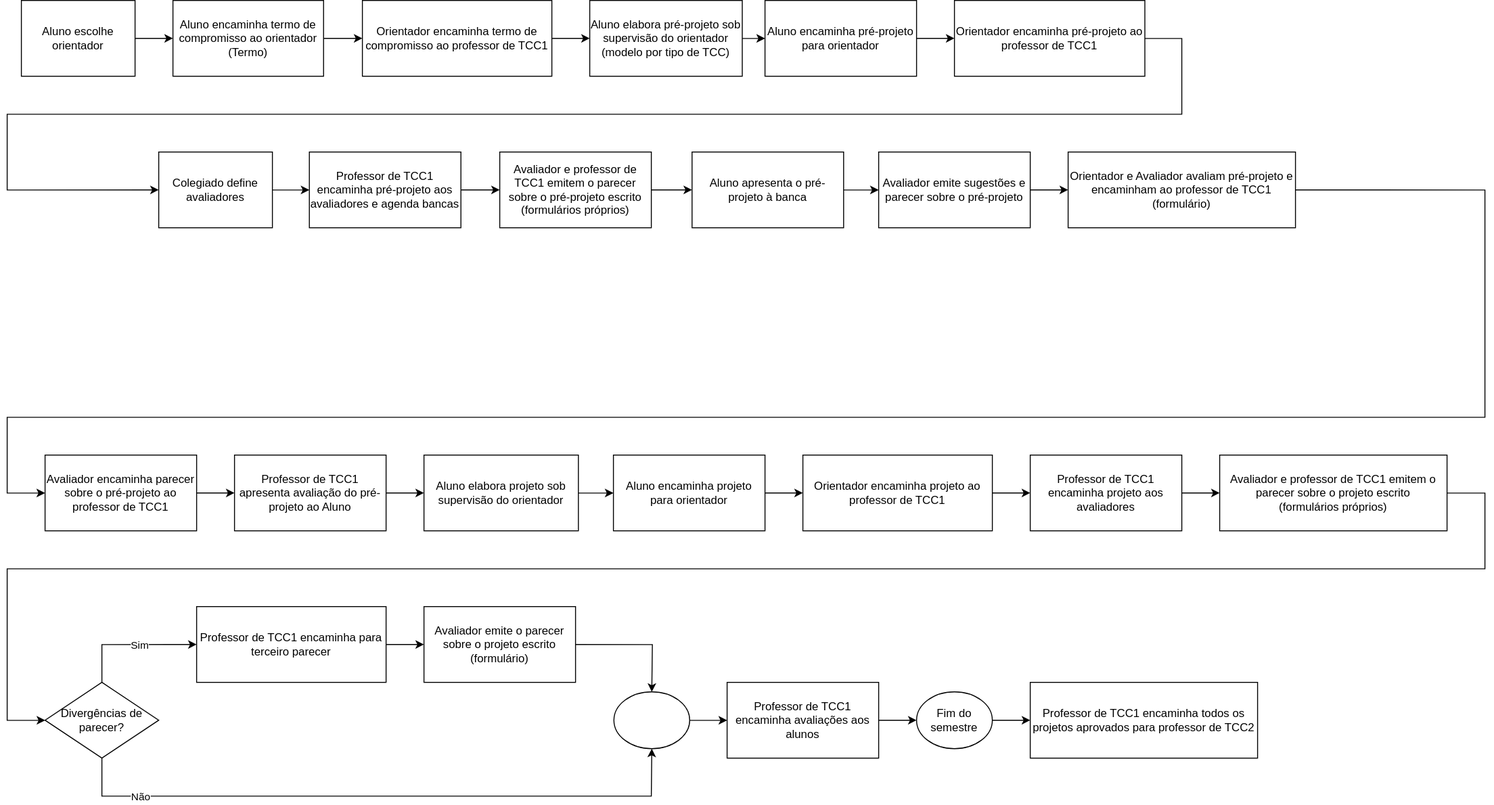
The draw.io diagram _BCC/Cronogramas/cronogramaFluxograma.drawio.svg in dalton-reis/disciplina_TCC1_Privado, before a commit. Source tidied: cells renumbered, new cells last; positions are measured from the earlier drawing's top-left corner, leaving out a move shared by most shapes.
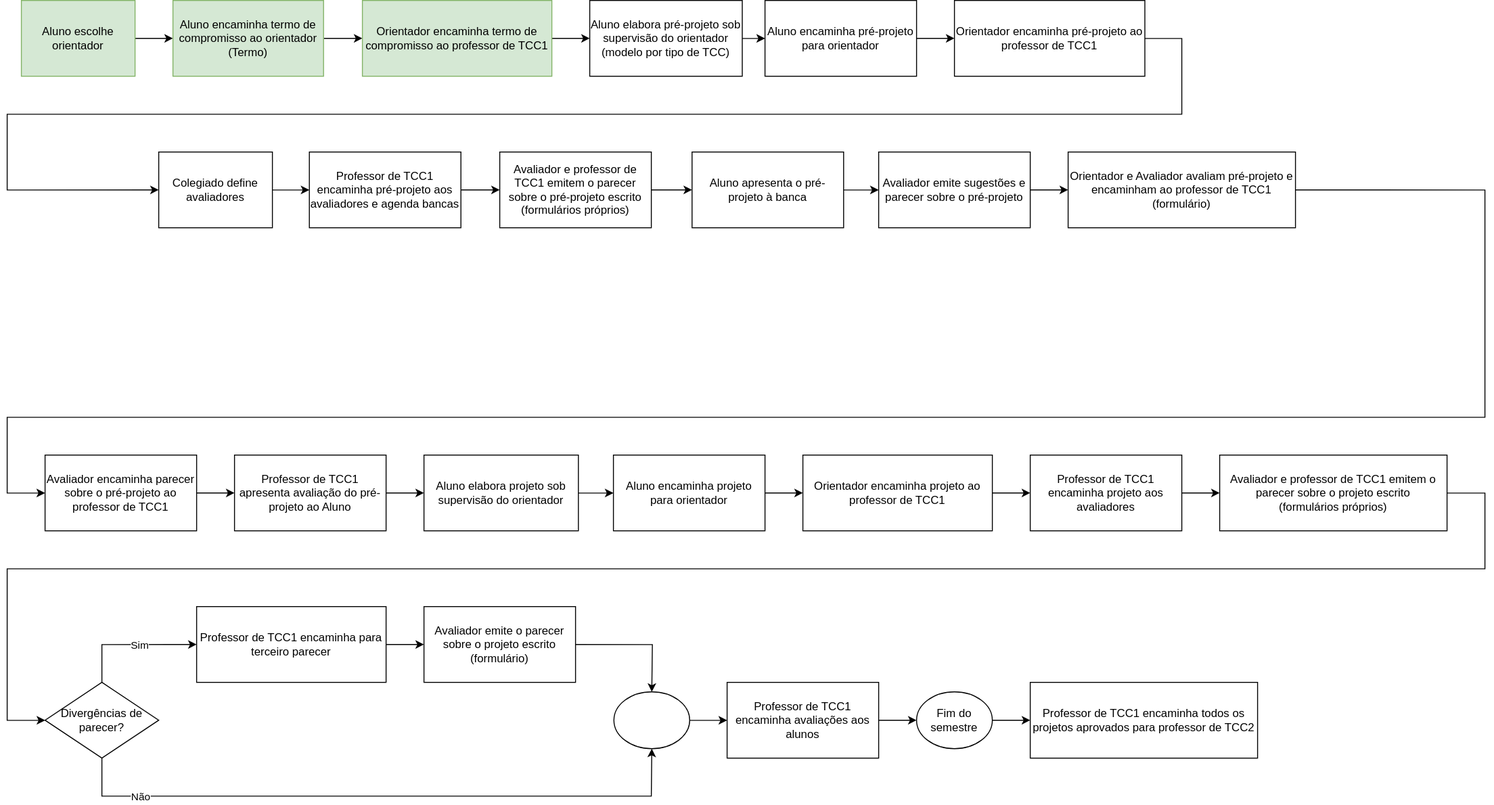
Later version of the same file.

Change to the diagram source:
```diff
@@ -5,19 +5,19 @@
     <mxCell id="2" style="edgeStyle=orthogonalEdgeStyle;rounded=0;jettySize=auto;html=1;fontColor=#000000;" parent="1" edge="1" source="3" target="5">
       <mxGeometry relative="1" as="geometry" />
     </mxCell>
-    <mxCell id="3" value="Aluno escolhe orientador" style="whiteSpace=wrap;html=1;" parent="1" vertex="1">
+    <mxCell id="3" value="Aluno escolhe orientador" style="whiteSpace=wrap;html=1;fillColor=#d5e8d4;strokeColor=#82b366;" parent="1" vertex="1">
       <mxGeometry x="15" width="120" height="80" as="geometry" />
     </mxCell>
     <mxCell id="4" style="edgeStyle=orthogonalEdgeStyle;rounded=0;jettySize=auto;html=1;fontColor=#000000;" parent="1" edge="1" source="5" target="7">
       <mxGeometry relative="1" as="geometry" />
     </mxCell>
-    <mxCell id="5" value="Aluno encaminha termo de compromisso ao orientador&lt;br&gt;(Termo)" style="whiteSpace=wrap;html=1;" parent="1" vertex="1">
+    <mxCell id="5" value="Aluno encaminha termo de compromisso ao orientador&lt;br&gt;(Termo)" style="whiteSpace=wrap;html=1;fillColor=#d5e8d4;strokeColor=#82b366;" parent="1" vertex="1">
       <mxGeometry x="175" width="159" height="80" as="geometry" />
     </mxCell>
     <mxCell id="6" style="edgeStyle=orthogonalEdgeStyle;rounded=0;jettySize=auto;html=1;fontColor=#000000;" parent="1" edge="1" source="7" target="9">
       <mxGeometry relative="1" as="geometry" />
     </mxCell>
-    <mxCell id="7" value="Orientador encaminha termo de compromisso ao professor de TCC1" style="whiteSpace=wrap;html=1;" parent="1" vertex="1">
+    <mxCell id="7" value="Orientador encaminha termo de compromisso ao professor de TCC1" style="whiteSpace=wrap;html=1;fillColor=#d5e8d4;strokeColor=#82b366;" parent="1" vertex="1">
       <mxGeometry x="375" width="200" height="80" as="geometry" />
     </mxCell>
     <mxCell id="8" style="edgeStyle=orthogonalEdgeStyle;rounded=0;jettySize=auto;html=1;fontColor=#000000;" parent="1" edge="1" source="9" target="11">
```
